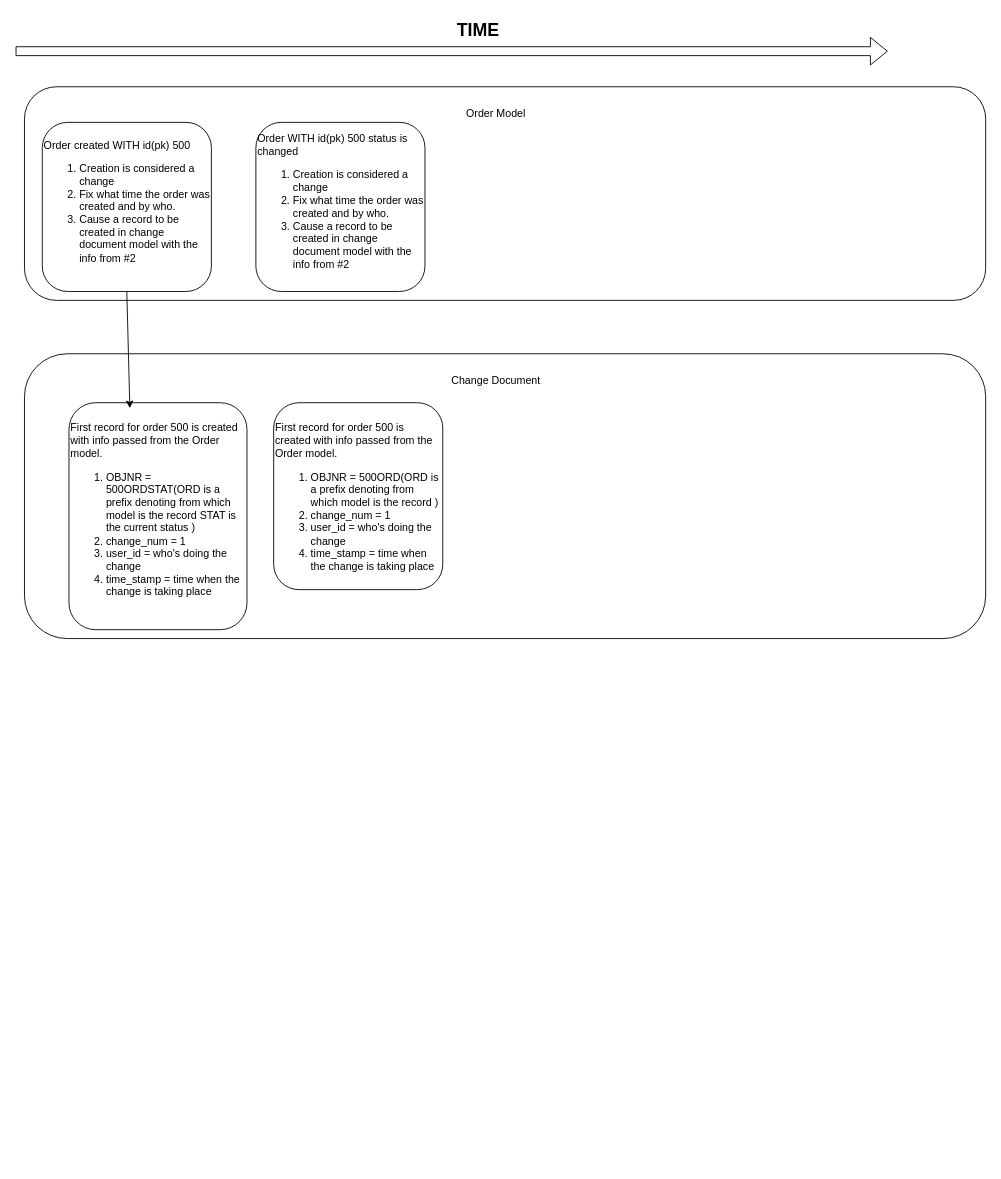
Before: Диаграмма без названия.drawio in Dan-KW/DRAW, a draw.io diagram. Source tidied: cells renumbered, new cells numbered last; positions are measured from the earlier drawing's top-left corner, leaving out a move shared by most shapes. Both pictures are drawn from the tidied source at 89%, with x=0, y=0 at pixel (15, 15).
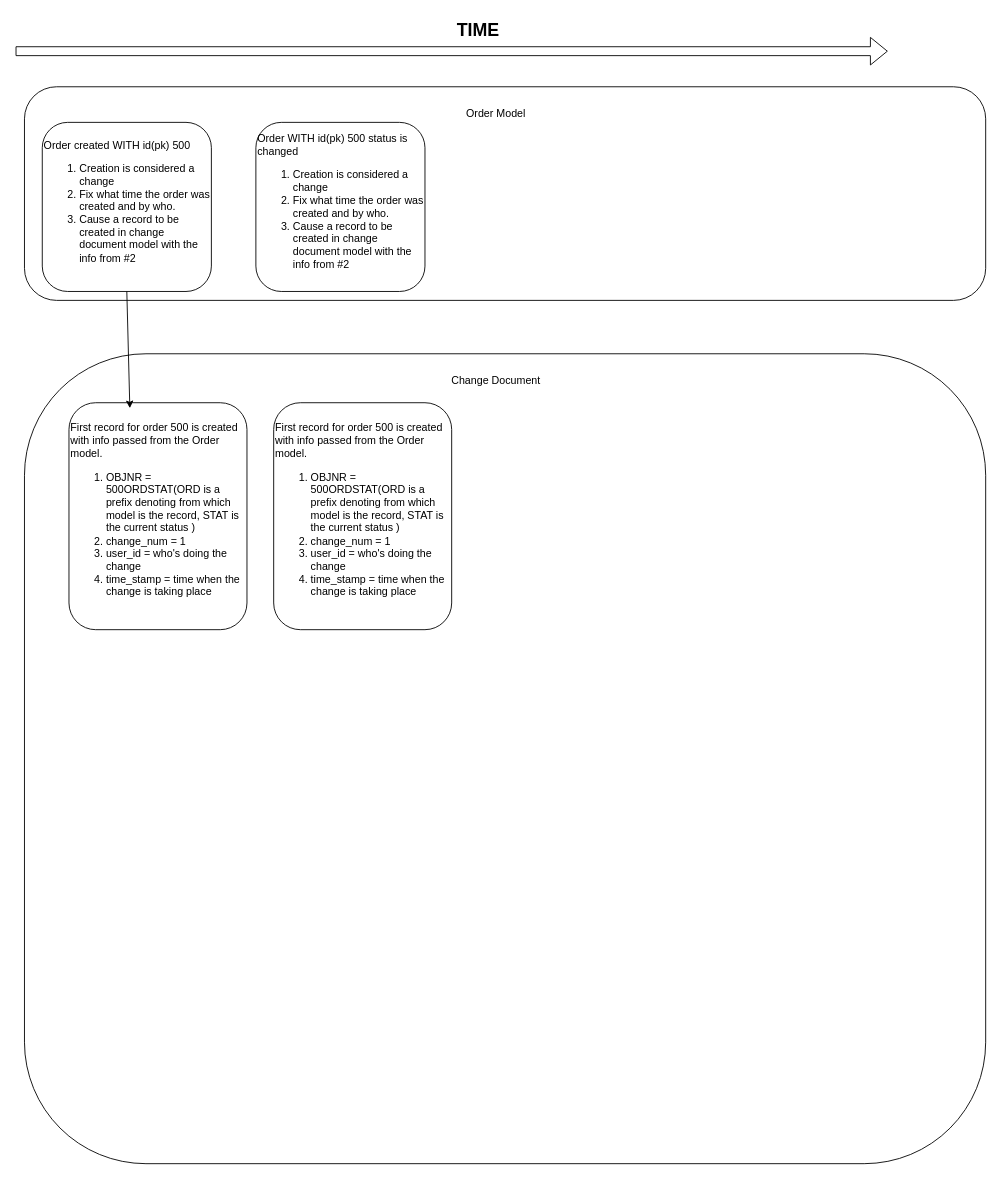
The same diagram, later.

Change to the diagram source:
```diff
@@
 <mxGraphModel>
   <root>
     <mxCell id="0" />
     <mxCell id="1" parent="0" />
     <mxCell id="2" style="rounded=1;whiteSpace=wrap;html=1;" parent="1" vertex="1">
       <mxGeometry x="10" y="80" width="1080" height="240" as="geometry" />
     </mxCell>
     <mxCell id="3" value="Order created WITH id(pk) 500&lt;br&gt;&lt;ol&gt;&lt;li&gt;&lt;span style=&quot;background-color: initial;&quot;&gt;Creation is considered a change&lt;/span&gt;&lt;/li&gt;&lt;li&gt;&lt;span style=&quot;background-color: initial;&quot;&gt;Fix what time the order was created and by who.&lt;/span&gt;&lt;/li&gt;&lt;li&gt;&lt;span style=&quot;background-color: initial;&quot;&gt;Cause a record to be created in change document model with the info from #2&lt;/span&gt;&lt;/li&gt;&lt;/ol&gt;" style="rounded=1;whiteSpace=wrap;html=1;align=left;" parent="1" vertex="1">
       <mxGeometry x="30" y="120" width="190" height="190" as="geometry" />
     </mxCell>
     <mxCell id="4" style="shape=flexArrow;endArrow=classic;html=1;rounded=0;" parent="1" edge="1">
       <mxGeometry relative="1" as="geometry">
         <mxPoint y="40" as="sourcePoint" />
         <mxPoint x="980" y="40" as="targetPoint" />
       </mxGeometry>
     </mxCell>
     <mxCell id="5" value="&lt;b&gt;&lt;font style=&quot;font-size: 20px;&quot;&gt;TIME&lt;/font&gt;&lt;/b&gt;" style="text;html=1;strokeColor=none;fillColor=none;align=center;verticalAlign=middle;whiteSpace=wrap;rounded=0;" parent="1" vertex="1">
       <mxGeometry x="350" width="340" height="30" as="geometry" />
     </mxCell>
     <mxCell id="6" value="Order Model" style="text;html=1;strokeColor=none;fillColor=none;align=center;verticalAlign=middle;whiteSpace=wrap;rounded=0;" parent="1" vertex="1">
       <mxGeometry x="470" y="90" width="140" height="40" as="geometry" />
     </mxCell>
     <mxCell id="7" style="rounded=1;whiteSpace=wrap;html=1;" parent="1" vertex="1">
-      <mxGeometry x="10" y="380" width="1080" height="320" as="geometry" />
+      <mxGeometry x="10" y="380" width="1080" height="910" as="geometry" />
     </mxCell>
     <mxCell id="8" value="Change Document" style="text;html=1;strokeColor=none;fillColor=none;align=center;verticalAlign=middle;whiteSpace=wrap;rounded=0;" parent="1" vertex="1">
       <mxGeometry x="470" y="390" width="140" height="40" as="geometry" />
     </mxCell>
-    <mxCell id="9" value="&lt;br&gt;First record for order 500 is created with info passed from the Order model.&lt;br&gt;&lt;ol&gt;&lt;li&gt;OBJNR = 500ORDSTAT(ORD is a prefix denoting from which model is the record STAT is the current status )&lt;/li&gt;&lt;li&gt;change_num = 1&lt;/li&gt;&lt;li&gt;user_id = who's doing the change&lt;/li&gt;&lt;li&gt;time_stamp = time when the change is taking place&amp;nbsp;&lt;/li&gt;&lt;/ol&gt;" style="rounded=1;whiteSpace=wrap;html=1;align=left;verticalAlign=top;" parent="1" vertex="1">
+    <mxCell id="9" value="&lt;br&gt;First record for order 500 is created with info passed from the Order model.&lt;br&gt;&lt;ol&gt;&lt;li&gt;OBJNR = 500ORDSTAT(ORD is a prefix denoting from which model is the record, STAT is the current status )&lt;/li&gt;&lt;li&gt;change_num = 1&lt;/li&gt;&lt;li&gt;user_id = who's doing the change&lt;/li&gt;&lt;li&gt;time_stamp = time when the change is taking place&amp;nbsp;&lt;/li&gt;&lt;/ol&gt;" style="rounded=1;whiteSpace=wrap;html=1;align=left;verticalAlign=top;" parent="1" vertex="1">
       <mxGeometry x="60" y="435" width="200" height="255" as="geometry" />
     </mxCell>
     <mxCell id="10" style="endArrow=classic;html=1;rounded=0;exitX=0.5;exitY=1;exitDx=0;exitDy=0;entryX=0.342;entryY=0.024;entryDx=0;entryDy=0;entryPerimeter=0;" parent="1" edge="1" source="3" target="9">
       <mxGeometry relative="1" as="geometry" />
     </mxCell>
     <mxCell id="11" value="Order WITH id(pk) 500 status is changed&lt;br&gt;&lt;ol&gt;&lt;li&gt;&lt;span style=&quot;background-color: initial;&quot;&gt;Creation is considered a change&lt;/span&gt;&lt;/li&gt;&lt;li&gt;&lt;span style=&quot;background-color: initial;&quot;&gt;Fix what time the order was created and by who.&lt;/span&gt;&lt;/li&gt;&lt;li&gt;&lt;span style=&quot;background-color: initial;&quot;&gt;Cause a record to be created in change document model with the info from #2&lt;/span&gt;&lt;/li&gt;&lt;/ol&gt;" style="rounded=1;whiteSpace=wrap;html=1;align=left;" parent="1" vertex="1">
       <mxGeometry x="270" y="120" width="190" height="190" as="geometry" />
     </mxCell>
-    <mxCell id="12" value="&lt;br&gt;First record for order 500 is created with info passed from the Order model.&lt;br&gt;&lt;ol&gt;&lt;li&gt;OBJNR = 500ORD(ORD is a prefix denoting from which model is the record )&lt;/li&gt;&lt;li&gt;change_num = 1&lt;/li&gt;&lt;li&gt;user_id = who's doing the change&lt;/li&gt;&lt;li&gt;time_stamp = time when the change is taking place&amp;nbsp;&lt;/li&gt;&lt;/ol&gt;" style="rounded=1;whiteSpace=wrap;html=1;align=left;verticalAlign=top;" parent="1" vertex="1">
-      <mxGeometry x="290" y="435" width="190" height="210" as="geometry" />
+    <mxCell id="12" value="&lt;br&gt;First record for order 500 is created with info passed from the Order model.&lt;br&gt;&lt;ol&gt;&lt;li&gt;OBJNR = 500ORDSTAT(ORD is a prefix denoting from which model is the record, STAT is the current status )&lt;/li&gt;&lt;li&gt;change_num = 1&lt;/li&gt;&lt;li&gt;user_id = who's doing the change&lt;/li&gt;&lt;li&gt;time_stamp = time when the change is taking place&amp;nbsp;&lt;/li&gt;&lt;/ol&gt;" style="rounded=1;whiteSpace=wrap;html=1;align=left;verticalAlign=top;" parent="1" vertex="1">
+      <mxGeometry x="290" y="435" width="200" height="255" as="geometry" />
     </mxCell>
   </root>
 </mxGraphModel>
```
